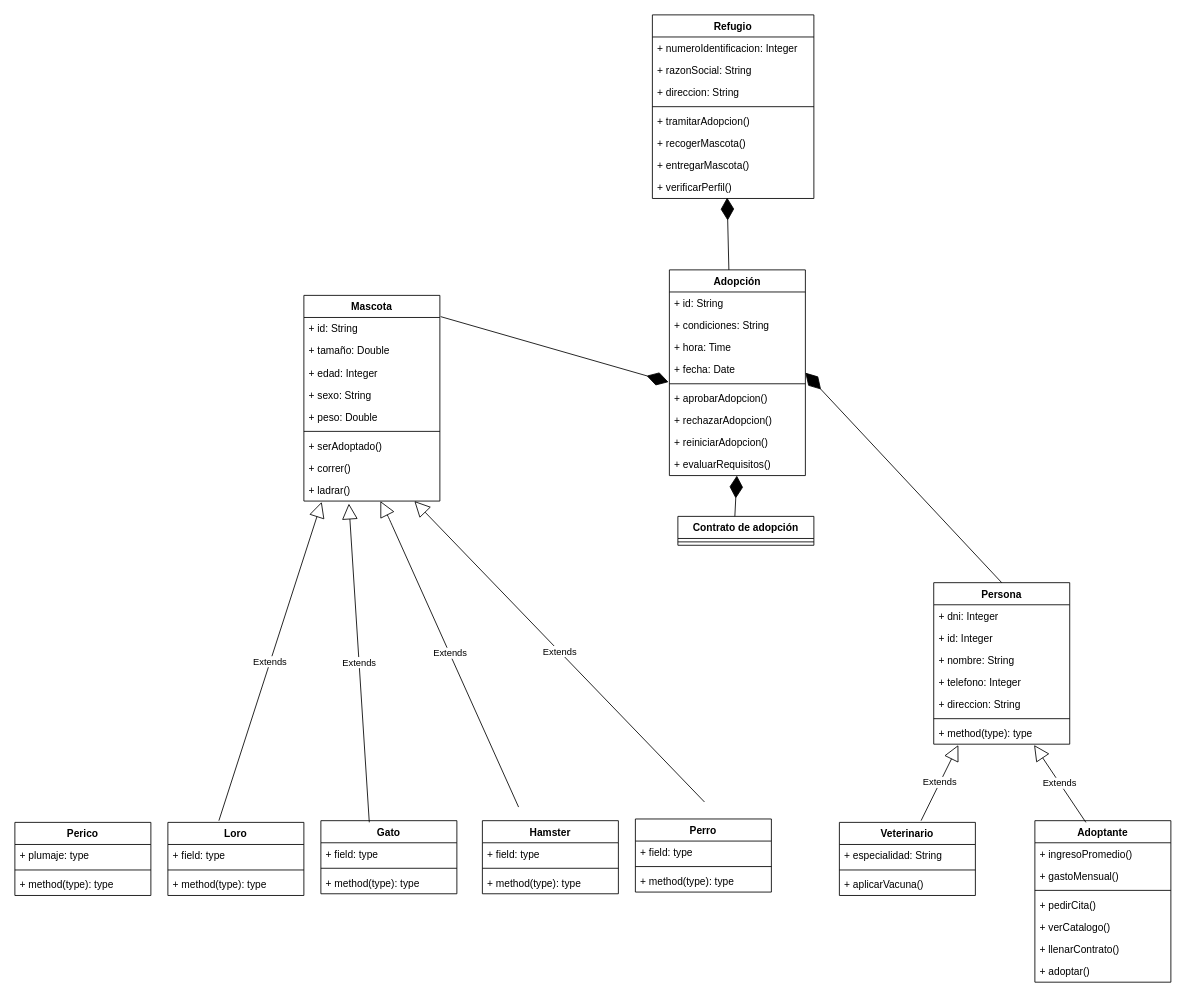
percydev11/curso-poo keeps this draw.io diagram as Untitled Diagram.drawio. Above is the earlier version. Source tidied: cells renumbered, new cells numbered last; positions are measured from the earlier drawing's top-left corner, leaving out a move shared by most shapes. Both pictures are drawn from the tidied source at 85%, with x=0, y=0 at pixel (14, 14).
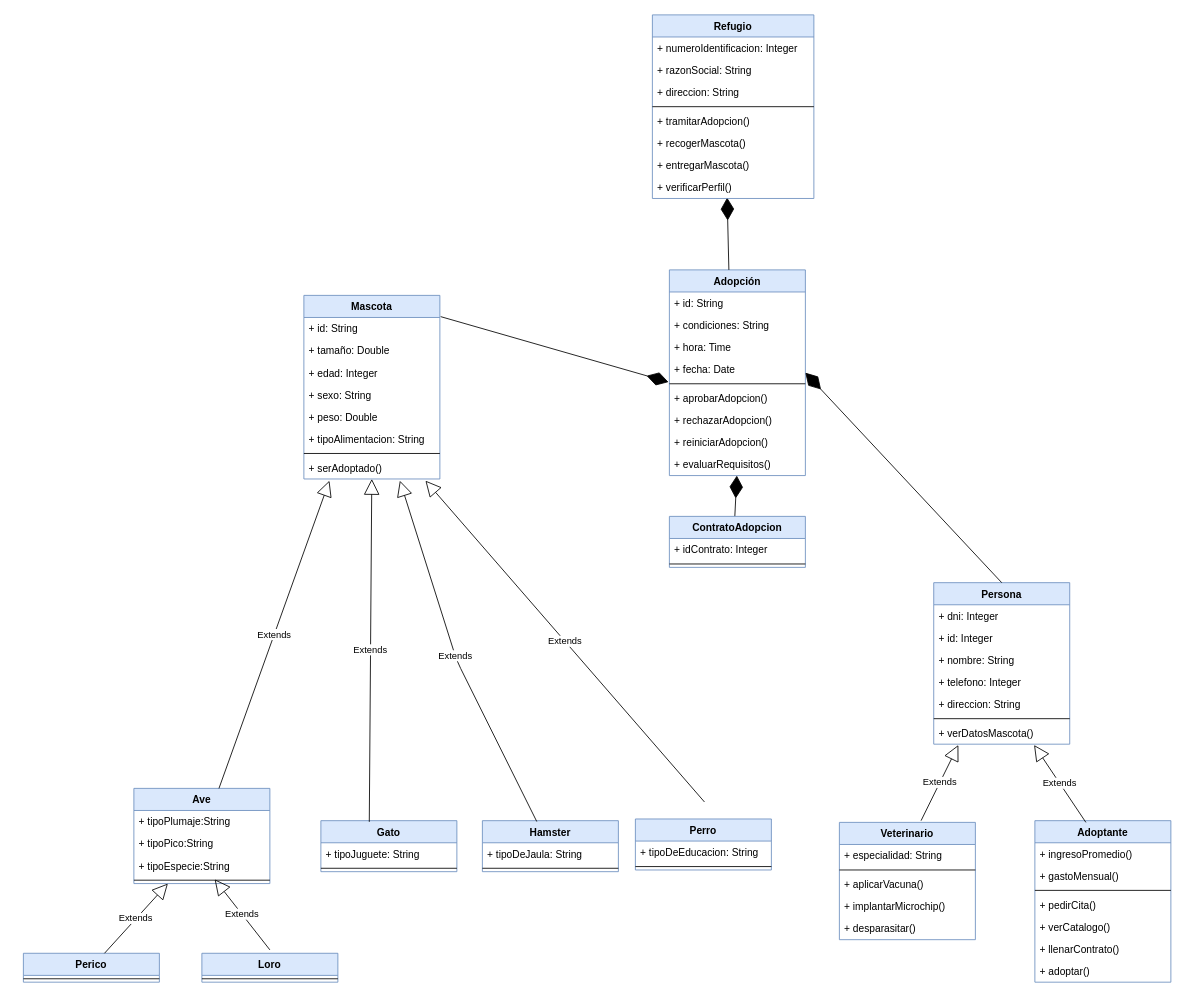
Above is the later version.

Unchanged cells that the change refers to:
```xml
<mxCell id="68" value="+ evaluarRequisitos()" style="text;strokeColor=none;fillColor=none;align=left;verticalAlign=top;spacingLeft=4;spacingRight=4;overflow=hidden;points=[[0,0.5],[1,0.5]];portConstraint=eastwest;" parent="58" vertex="1">
  <mxGeometry y="216" width="160" height="26" as="geometry" />
</mxCell>
```

Diff of the diagram source:
```diff
@@
-    <mxCell id="2" value="Mascota" style="swimlane;fontStyle=1;align=center;verticalAlign=top;horizontal=1;startSize=26;" parent="1" vertex="1">
-      <mxGeometry x="340" y="330" width="160" height="242" as="geometry" />
+    <mxCell id="2" value="Mascota" style="swimlane;fontStyle=1;align=center;verticalAlign=top;horizontal=1;startSize=26;fillColor=#dae8fc;strokeColor=#6c8ebf;" parent="1" vertex="1">
+      <mxGeometry x="340" y="330" width="160" height="216" as="geometry" />
     </mxCell>
@@
+    <mxCell id="83" value="+ tipoAlimentacion: String" style="text;strokeColor=none;fillColor=none;align=left;verticalAlign=top;spacingLeft=4;spacingRight=4;overflow=hidden;" parent="2" vertex="1">
+      <mxGeometry y="156" width="160" height="26" as="geometry" />
+    </mxCell>
     <mxCell id="8" style="line;strokeWidth=1;fillColor=none;align=left;verticalAlign=middle;spacingTop=-1;spacingLeft=3;spacingRight=3;labelPosition=right;" parent="2" vertex="1">
-      <mxGeometry y="156" width="160" height="8" as="geometry" />
+      <mxGeometry y="182" width="160" height="8" as="geometry" />
     </mxCell>
     <mxCell id="9" value="+ serAdoptado()" style="text;strokeColor=none;fillColor=none;align=left;verticalAlign=top;spacingLeft=4;spacingRight=4;overflow=hidden;points=[[0,0.5],[1,0.5]];portConstraint=eastwest;" parent="2" vertex="1">
-      <mxGeometry y="164" width="160" height="26" as="geometry" />
+      <mxGeometry y="190" width="160" height="26" as="geometry" />
     </mxCell>
-    <mxCell id="10" value="+ correr()" style="text;strokeColor=none;fillColor=none;align=left;verticalAlign=top;spacingLeft=4;spacingRight=4;overflow=hidden;" parent="2" vertex="1">
-      <mxGeometry y="190" width="160" height="26" as="geometry" />
-    </mxCell>
-    <mxCell id="11" value="+ ladrar()" style="text;strokeColor=none;fillColor=none;align=left;verticalAlign=top;spacingLeft=4;spacingRight=4;overflow=hidden;points=[[0,0.5],[1,0.5]];portConstraint=eastwest;" parent="2" vertex="1">
-      <mxGeometry y="216" width="160" height="26" as="geometry" />
-    </mxCell>
-    <mxCell id="12" value="Perico" style="swimlane;fontStyle=1;align=center;verticalAlign=top;horizontal=1;startSize=26;" parent="1" vertex="1">
-      <mxGeometry y="950" width="160" height="86" as="geometry" />
+    <mxCell id="12" value="Perico" style="swimlane;fontStyle=1;align=center;verticalAlign=top;horizontal=1;startSize=26;fillColor=#dae8fc;strokeColor=#6c8ebf;" parent="1" vertex="1">
+      <mxGeometry x="10" y="1104" width="160" height="34" as="geometry" />
     </mxCell>
-    <mxCell id="13" value="+ plumaje: type" style="text;strokeColor=none;fillColor=none;align=left;verticalAlign=top;spacingLeft=4;spacingRight=4;overflow=hidden;" parent="12" vertex="1">
-      <mxGeometry y="26" width="160" height="26" as="geometry" />
-    </mxCell>
     <mxCell id="14" style="line;strokeWidth=1;fillColor=none;align=left;verticalAlign=middle;spacingTop=-1;spacingLeft=3;spacingRight=3;labelPosition=right;" parent="12" vertex="1">
-      <mxGeometry y="52" width="160" height="8" as="geometry" />
+      <mxGeometry y="26" width="160" height="8" as="geometry" />
     </mxCell>
-    <mxCell id="15" value="+ method(type): type" style="text;strokeColor=none;fillColor=none;align=left;verticalAlign=top;spacingLeft=4;spacingRight=4;overflow=hidden;" parent="12" vertex="1">
-      <mxGeometry y="60" width="160" height="26" as="geometry" />
-    </mxCell>
-    <mxCell id="16" value="Loro" style="swimlane;fontStyle=1;align=center;verticalAlign=top;horizontal=1;startSize=26;" parent="1" vertex="1">
-      <mxGeometry x="180" y="950" width="160" height="86" as="geometry" />
+    <mxCell id="16" value="Loro" style="swimlane;fontStyle=1;align=center;verticalAlign=top;horizontal=1;startSize=26;fillColor=#dae8fc;strokeColor=#6c8ebf;" parent="1" vertex="1">
+      <mxGeometry x="220" y="1104" width="160" height="34" as="geometry" />
     </mxCell>
-    <mxCell id="17" value="+ field: type" style="text;strokeColor=none;fillColor=none;align=left;verticalAlign=top;spacingLeft=4;spacingRight=4;overflow=hidden;" parent="16" vertex="1">
-      <mxGeometry y="26" width="160" height="26" as="geometry" />
-    </mxCell>
     <mxCell id="18" style="line;strokeWidth=1;fillColor=none;align=left;verticalAlign=middle;spacingTop=-1;spacingLeft=3;spacingRight=3;labelPosition=right;" parent="16" vertex="1">
-      <mxGeometry y="52" width="160" height="8" as="geometry" />
+      <mxGeometry y="26" width="160" height="8" as="geometry" />
     </mxCell>
-    <mxCell id="19" value="+ method(type): type" style="text;strokeColor=none;fillColor=none;align=left;verticalAlign=top;spacingLeft=4;spacingRight=4;overflow=hidden;" parent="16" vertex="1">
-      <mxGeometry y="60" width="160" height="26" as="geometry" />
-    </mxCell>
-    <mxCell id="20" value="Gato" style="swimlane;fontStyle=1;align=center;verticalAlign=top;horizontal=1;startSize=26;" parent="1" vertex="1">
-      <mxGeometry x="360" y="948" width="160" height="86" as="geometry" />
+    <mxCell id="20" value="Gato" style="swimlane;fontStyle=1;align=center;verticalAlign=top;horizontal=1;startSize=26;fillColor=#dae8fc;strokeColor=#6c8ebf;" parent="1" vertex="1">
+      <mxGeometry x="360" y="948" width="160" height="60" as="geometry" />
     </mxCell>
-    <mxCell id="21" value="Extends" style="endArrow=block;endSize=16;endFill=0;html=1;entryX=0.131;entryY=1.038;entryDx=0;entryDy=0;entryPerimeter=0;" parent="20" edge="1" target="11">
-      <mxGeometry relative="1" as="geometry">
-        <mxPoint x="-120" as="sourcePoint" />
-      </mxGeometry>
-    </mxCell>
-    <mxCell id="22" value="+ field: type" style="text;strokeColor=none;fillColor=none;align=left;verticalAlign=top;spacingLeft=4;spacingRight=4;overflow=hidden;" parent="20" vertex="1">
+    <mxCell id="22" value="+ tipoJuguete: String" style="text;strokeColor=none;fillColor=none;align=left;verticalAlign=top;spacingLeft=4;spacingRight=4;overflow=hidden;" parent="20" vertex="1">
       <mxGeometry y="26" width="160" height="26" as="geometry" />
     </mxCell>
@@
-    <mxCell id="24" value="+ method(type): type" style="text;strokeColor=none;fillColor=none;align=left;verticalAlign=top;spacingLeft=4;spacingRight=4;overflow=hidden;" parent="20" vertex="1">
-      <mxGeometry y="60" width="160" height="26" as="geometry" />
-    </mxCell>
-    <mxCell id="25" value="Hamster" style="swimlane;fontStyle=1;align=center;verticalAlign=top;horizontal=1;startSize=26;" parent="1" vertex="1">
-      <mxGeometry x="550" y="948" width="160" height="86" as="geometry" />
+    <mxCell id="25" value="Hamster" style="swimlane;fontStyle=1;align=center;verticalAlign=top;horizontal=1;startSize=26;fillColor=#dae8fc;strokeColor=#6c8ebf;" parent="1" vertex="1">
+      <mxGeometry x="550" y="948" width="160" height="60" as="geometry" />
     </mxCell>
-    <mxCell id="26" value="+ field: type" style="text;strokeColor=none;fillColor=none;align=left;verticalAlign=top;spacingLeft=4;spacingRight=4;overflow=hidden;" parent="25" vertex="1">
+    <mxCell id="26" value="+ tipoDeJaula: String&#10;" style="text;strokeColor=none;fillColor=none;align=left;verticalAlign=top;spacingLeft=4;spacingRight=4;overflow=hidden;" parent="25" vertex="1">
       <mxGeometry y="26" width="160" height="26" as="geometry" />
     </mxCell>
@@
-    <mxCell id="28" value="+ method(type): type" style="text;strokeColor=none;fillColor=none;align=left;verticalAlign=top;spacingLeft=4;spacingRight=4;overflow=hidden;" parent="25" vertex="1">
-      <mxGeometry y="60" width="160" height="26" as="geometry" />
-    </mxCell>
-    <mxCell id="29" value="Perro" style="swimlane;fontStyle=1;align=center;verticalAlign=top;horizontal=1;startSize=26;" parent="1" vertex="1">
-      <mxGeometry x="730" y="946" width="160" height="86" as="geometry" />
+    <mxCell id="29" value="Perro" style="swimlane;fontStyle=1;align=center;verticalAlign=top;horizontal=1;startSize=26;fillColor=#dae8fc;strokeColor=#6c8ebf;" parent="1" vertex="1">
+      <mxGeometry x="730" y="946" width="160" height="60" as="geometry" />
     </mxCell>
-    <mxCell id="30" value="+ field: type" style="text;strokeColor=none;fillColor=none;align=left;verticalAlign=top;spacingLeft=4;spacingRight=4;overflow=hidden;" parent="29" vertex="1">
+    <mxCell id="30" value="+ tipoDeEducacion: String" style="text;strokeColor=none;fillColor=none;align=left;verticalAlign=top;spacingLeft=4;spacingRight=4;overflow=hidden;" parent="29" vertex="1">
       <mxGeometry y="26" width="160" height="26" as="geometry" />
     </mxCell>
@@
-    <mxCell id="32" value="+ method(type): type" style="text;strokeColor=none;fillColor=none;align=left;verticalAlign=top;spacingLeft=4;spacingRight=4;overflow=hidden;" parent="29" vertex="1">
-      <mxGeometry y="60" width="160" height="26" as="geometry" />
-    </mxCell>
-    <mxCell id="33" value="Extends" style="endArrow=block;endSize=16;endFill=0;html=1;exitX=0.356;exitY=0.023;exitDx=0;exitDy=0;exitPerimeter=0;entryX=0.331;entryY=1.115;entryDx=0;entryDy=0;entryPerimeter=0;" parent="1" edge="1" source="20" target="11">
+    <mxCell id="33" value="Extends" style="endArrow=block;endSize=16;endFill=0;html=1;exitX=0.356;exitY=0.023;exitDx=0;exitDy=0;exitPerimeter=0;" parent="1" edge="1" source="20" target="9">
       <mxGeometry relative="1" as="geometry" />
     </mxCell>
-    <mxCell id="34" value="Extends" style="endArrow=block;endSize=16;endFill=0;html=1;exitX=0.356;exitY=0.023;exitDx=0;exitDy=0;exitPerimeter=0;" parent="1" edge="1">
+    <mxCell id="34" value="Extends" style="endArrow=block;endSize=16;endFill=0;html=1;exitX=0.4;exitY=0.017;exitDx=0;exitDy=0;exitPerimeter=0;entryX=0.706;entryY=1.077;entryDx=0;entryDy=0;entryPerimeter=0;" parent="1" edge="1" source="25" target="9">
       <mxGeometry relative="1" as="geometry">
-        <mxPoint x="592.6" y="932" as="sourcePoint" />
-        <mxPoint x="430" y="572" as="targetPoint" />
         <Array as="points">
-          <mxPoint x="440" y="592" />
+          <mxPoint x="520" y="760" />
         </Array>
       </mxGeometry>
     </mxCell>
-    <mxCell id="35" value="Extends" style="endArrow=block;endSize=16;endFill=0;html=1;exitX=0.356;exitY=0.023;exitDx=0;exitDy=0;exitPerimeter=0;" parent="1" edge="1">
+    <mxCell id="35" value="Extends" style="endArrow=block;endSize=16;endFill=0;html=1;exitX=0.356;exitY=0.023;exitDx=0;exitDy=0;exitPerimeter=0;entryX=0.894;entryY=1.077;entryDx=0;entryDy=0;entryPerimeter=0;" parent="1" edge="1" target="9">
       <mxGeometry relative="1" as="geometry">
         <mxPoint x="811.3" y="926" as="sourcePoint" />
-        <mxPoint x="470" y="572" as="targetPoint" />
       </mxGeometry>
     </mxCell>
-    <mxCell id="36" value="Persona" style="swimlane;fontStyle=1;align=center;verticalAlign=top;horizontal=1;startSize=26;" parent="1" vertex="1">
+    <mxCell id="36" value="Persona" style="swimlane;fontStyle=1;align=center;verticalAlign=top;horizontal=1;startSize=26;fillColor=#dae8fc;strokeColor=#6c8ebf;" parent="1" vertex="1">
       <mxGeometry x="1081" y="668" width="160" height="190" as="geometry" />
     </mxCell>
@@
-    <mxCell id="43" value="+ method(type): type" style="text;strokeColor=none;fillColor=none;align=left;verticalAlign=top;spacingLeft=4;spacingRight=4;overflow=hidden;points=[[0,0.5],[1,0.5]];portConstraint=eastwest;" parent="36" vertex="1">
+    <mxCell id="43" value="+ verDatosMascota()" style="text;strokeColor=none;fillColor=none;align=left;verticalAlign=top;spacingLeft=4;spacingRight=4;overflow=hidden;points=[[0,0.5],[1,0.5]];portConstraint=eastwest;" parent="36" vertex="1">
       <mxGeometry y="164" width="160" height="26" as="geometry" />
     </mxCell>
-    <mxCell id="44" value="Veterinario" style="swimlane;fontStyle=1;align=center;verticalAlign=top;horizontal=1;startSize=26;" parent="1" vertex="1">
-      <mxGeometry x="970" y="950" width="160" height="86" as="geometry" />
+    <mxCell id="44" value="Veterinario" style="swimlane;fontStyle=1;align=center;verticalAlign=top;horizontal=1;startSize=26;fillColor=#dae8fc;strokeColor=#6c8ebf;" parent="1" vertex="1">
+      <mxGeometry x="970" y="950" width="160" height="138" as="geometry" />
     </mxCell>
@@
+    <mxCell id="84" value="+ aplicarVacuna()" style="text;strokeColor=none;fillColor=none;align=left;verticalAlign=top;spacingLeft=4;spacingRight=4;overflow=hidden;" parent="44" vertex="1">
+      <mxGeometry y="60" width="160" height="26" as="geometry" />
+    </mxCell>
+    <mxCell id="85" value="+ implantarMicrochip()" style="text;strokeColor=none;fillColor=none;align=left;verticalAlign=top;spacingLeft=4;spacingRight=4;overflow=hidden;" parent="44" vertex="1">
+      <mxGeometry y="86" width="160" height="26" as="geometry" />
+    </mxCell>
-    <mxCell id="47" value="+ aplicarVacuna()" style="text;strokeColor=none;fillColor=none;align=left;verticalAlign=top;spacingLeft=4;spacingRight=4;overflow=hidden;" parent="44" vertex="1">
-      <mxGeometry y="60" width="160" height="26" as="geometry" />
+    <mxCell id="47" value="+ desparasitar()" style="text;strokeColor=none;fillColor=none;align=left;verticalAlign=top;spacingLeft=4;spacingRight=4;overflow=hidden;" parent="44" vertex="1">
+      <mxGeometry y="112" width="160" height="26" as="geometry" />
     </mxCell>
-    <mxCell id="48" value="Adoptante" style="swimlane;fontStyle=1;align=center;verticalAlign=top;horizontal=1;startSize=26;" parent="1" vertex="1">
+    <mxCell id="48" value="Adoptante" style="swimlane;fontStyle=1;align=center;verticalAlign=top;horizontal=1;startSize=26;fillColor=#dae8fc;strokeColor=#6c8ebf;" parent="1" vertex="1">
       <mxGeometry x="1200" y="948" width="160" height="190" as="geometry" />
     </mxCell>
@@
-    <mxCell id="58" value="Adopción" style="swimlane;fontStyle=1;align=center;verticalAlign=top;horizontal=1;startSize=26;" parent="1" vertex="1">
+    <mxCell id="58" value="Adopción" style="swimlane;fontStyle=1;align=center;verticalAlign=top;horizontal=1;startSize=26;fillColor=#dae8fc;strokeColor=#6c8ebf;" parent="1" vertex="1">
       <mxGeometry x="770" y="300" width="160" height="242" as="geometry" />
     </mxCell>
@@
-    <mxCell id="69" value="Contrato de adopción" style="swimlane;fontStyle=1;align=center;verticalAlign=top;horizontal=1;startSize=26;" parent="1" vertex="1">
-      <mxGeometry x="780" y="590" width="160" height="34" as="geometry" />
-    </mxCell>
-    <mxCell id="70" style="line;strokeWidth=1;fillColor=none;align=left;verticalAlign=middle;spacingTop=-1;spacingLeft=3;spacingRight=3;labelPosition=right;" parent="69" vertex="1">
-      <mxGeometry y="26" width="160" height="8" as="geometry" />
-    </mxCell>
-    <mxCell id="71" value="Refugio" style="swimlane;fontStyle=1;align=center;verticalAlign=top;horizontal=1;startSize=26;" parent="1" vertex="1">
+    <mxCell id="71" value="Refugio" style="swimlane;fontStyle=1;align=center;verticalAlign=top;horizontal=1;startSize=26;fillColor=#dae8fc;strokeColor=#6c8ebf;" parent="1" vertex="1">
       <mxGeometry x="750" width="190" height="216" as="geometry" />
     </mxCell>
@@
-    <mxCell id="81" style="endArrow=diamondThin;endFill=1;endSize=24;html=1;exitX=0.419;exitY=0;exitDx=0;exitDy=0;exitPerimeter=0;" parent="1" edge="1" source="69" target="68">
-      <mxGeometry relative="1" as="geometry" />
+    <mxCell id="81" style="endArrow=diamondThin;endFill=1;endSize=24;html=1;exitX=0.419;exitY=0;exitDx=0;exitDy=0;exitPerimeter=0;" parent="1" edge="1" target="68">
+      <mxGeometry relative="1" as="geometry">
+        <mxPoint x="847" y="590" as="sourcePoint" />
+      </mxGeometry>
     </mxCell>
@@
+    <mxCell id="86" value="Ave" style="swimlane;fontStyle=1;align=center;verticalAlign=top;horizontal=1;startSize=26;fillColor=#dae8fc;strokeColor=#6c8ebf;" parent="1" vertex="1">
+      <mxGeometry x="140" y="910" width="160" height="112" as="geometry" />
+    </mxCell>
+    <mxCell id="87" value="+ tipoPlumaje:String" style="text;strokeColor=none;fillColor=none;align=left;verticalAlign=top;spacingLeft=4;spacingRight=4;overflow=hidden;" parent="86" vertex="1">
+      <mxGeometry y="26" width="160" height="26" as="geometry" />
+    </mxCell>
+    <mxCell id="88" value="+ tipoPico:String" style="text;strokeColor=none;fillColor=none;align=left;verticalAlign=top;spacingLeft=4;spacingRight=4;overflow=hidden;" parent="86" vertex="1">
+      <mxGeometry y="52" width="160" height="26" as="geometry" />
+    </mxCell>
+    <mxCell id="13" value="+ tipoEspecie:String" style="text;strokeColor=none;fillColor=none;align=left;verticalAlign=top;spacingLeft=4;spacingRight=4;overflow=hidden;" parent="86" vertex="1">
+      <mxGeometry y="78" width="160" height="26" as="geometry" />
+    </mxCell>
+    <mxCell id="89" style="line;strokeWidth=1;fillColor=none;align=left;verticalAlign=middle;spacingTop=-1;spacingLeft=3;spacingRight=3;labelPosition=right;points=[];portConstraint=eastwest;" parent="86" vertex="1">
+      <mxGeometry y="104" width="160" height="8" as="geometry" />
+    </mxCell>
+    <mxCell id="90" value="Extends" style="endArrow=block;endSize=16;endFill=0;html=1;entryX=0.25;entryY=1;entryDx=0;entryDy=0;" parent="1" edge="1" source="12" target="86">
+      <mxGeometry relative="1" as="geometry" />
+    </mxCell>
+    <mxCell id="91" value="Extends" style="endArrow=block;endSize=16;endFill=0;html=1;entryX=0.594;entryY=0.375;entryDx=0;entryDy=0;entryPerimeter=0;" parent="1" edge="1" target="89">
+      <mxGeometry relative="1" as="geometry">
+        <mxPoint x="300" y="1100" as="sourcePoint" />
+      </mxGeometry>
+    </mxCell>
+    <mxCell id="21" value="Extends" style="endArrow=block;endSize=16;endFill=0;html=1;entryX=0.188;entryY=1.077;entryDx=0;entryDy=0;entryPerimeter=0;" parent="1" edge="1" source="86" target="9">
+      <mxGeometry relative="1" as="geometry" />
+    </mxCell>
+    <mxCell id="92" value="ContratoAdopcion" style="swimlane;fontStyle=1;align=center;verticalAlign=top;horizontal=1;startSize=26;fillColor=#dae8fc;strokeColor=#6c8ebf;" parent="1" vertex="1">
+      <mxGeometry x="770" y="590" width="160" height="60" as="geometry" />
+    </mxCell>
+    <mxCell id="93" value="+ idContrato: Integer" style="text;strokeColor=none;fillColor=none;align=left;verticalAlign=top;spacingLeft=4;spacingRight=4;overflow=hidden;" parent="92" vertex="1">
+      <mxGeometry y="26" width="160" height="26" as="geometry" />
+    </mxCell>
+    <mxCell id="94" style="line;strokeWidth=1;fillColor=none;align=left;verticalAlign=middle;spacingTop=-1;spacingLeft=3;spacingRight=3;labelPosition=right;" parent="92" vertex="1">
+      <mxGeometry y="52" width="160" height="8" as="geometry" />
+    </mxCell>
```
